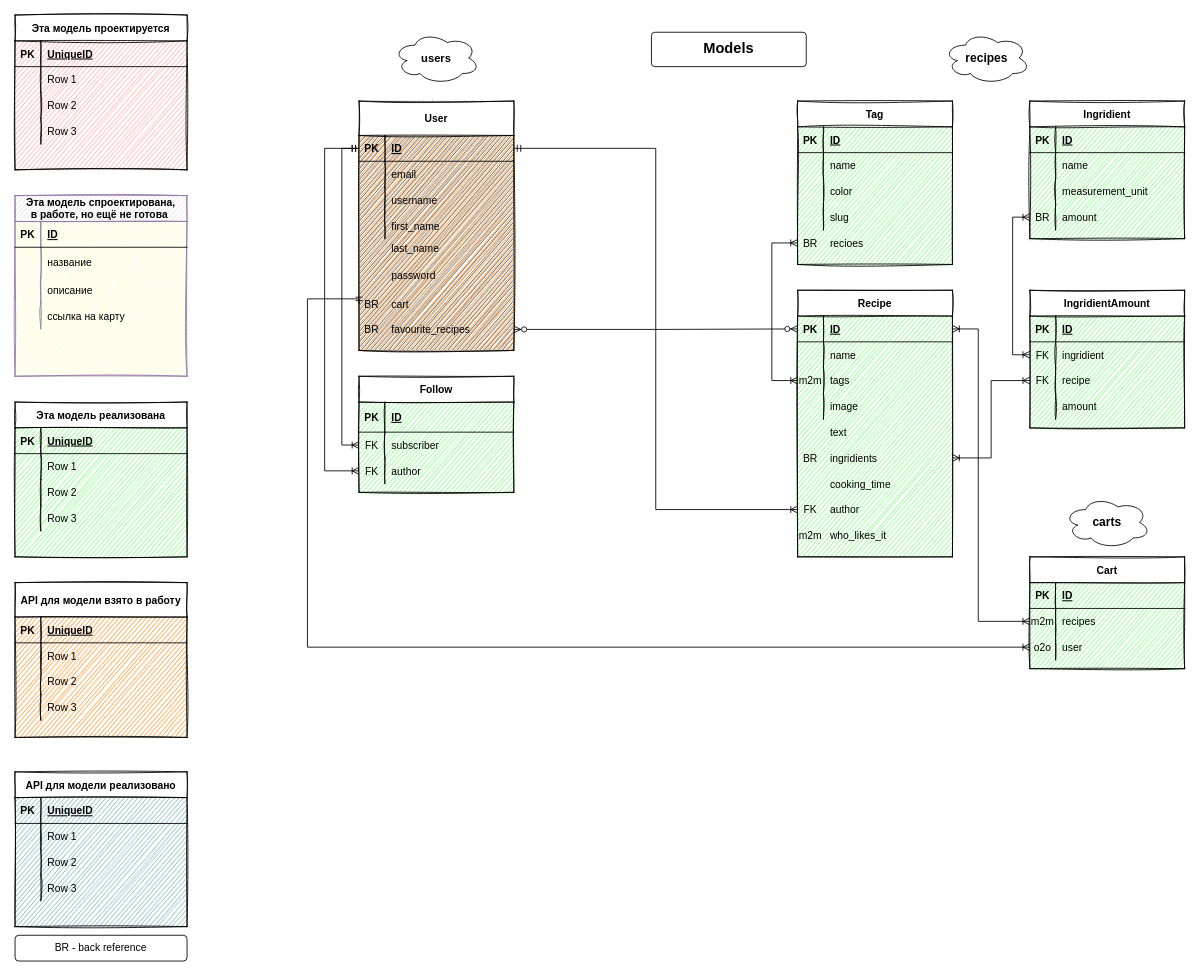
The draw.io diagram backend/db_schema.drawio in evi1ghost/foodgram-project-react, before the edit. Source tidied: cells renumbered, new cells numbered last; positions are measured from the earlier drawing's top-left corner, leaving out a move shared by most shapes. Both pictures are drawn from the tidied source at 86%, with x=0, y=0 at pixel (15, 15).
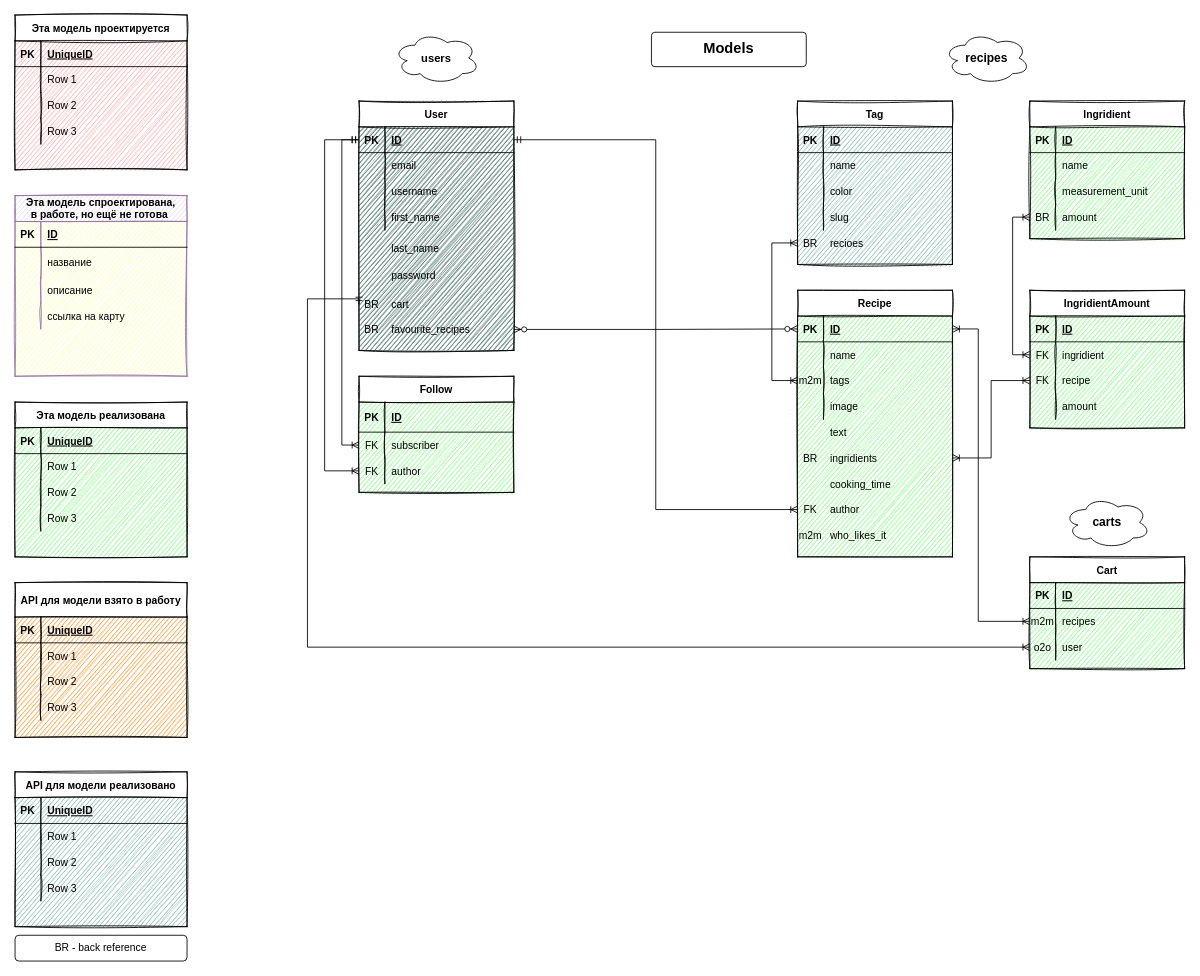
The same diagram, later.

The edit, as a diff of the source:
```diff
@@
-    <mxCell id="2" value="Tag" style="shape=table;startSize=30;childLayout=tableLayout;rowLines=0;fontStyle=1;align=center;rounded=0;swimlaneFillColor=#66FF66;sketch=1;" parent="1" vertex="1">
+    <mxCell id="2" value="Tag" style="shape=table;startSize=30;childLayout=tableLayout;rowLines=0;fontStyle=1;align=center;rounded=0;swimlaneFillColor=#67AB9F;sketch=1;" parent="1" vertex="1">
       <mxGeometry x="910" y="100" width="180" height="190" as="geometry" />
     </mxCell>
@@
-    <mxCell id="28" style="group;rounded=0;fontStyle=1;verticalAlign=middle;strokeColor=#f0f0f0;fillColor=#2a2a2a;swimlaneFillColor=#66FF66;startSize=30;sketch=1;" parent="1" vertex="1">
+    <mxCell id="28" style="group;rounded=0;fontStyle=1;verticalAlign=middle;strokeColor=#f0f0f0;fillColor=#2a2a2a;swimlaneFillColor=#67AB9F;startSize=30;sketch=1;" parent="1" vertex="1">
       <mxGeometry x="400" y="100" width="180" height="290" as="geometry" />
     </mxCell>
-    <mxCell id="29" value="User" style="shape=table;startSize=40;childLayout=tableLayout;rowLines=0;fontStyle=1;align=center;rounded=0;swimlaneFillColor=#FF8000;sketch=1;" parent="28" vertex="1">
+    <mxCell id="29" value="User" style="shape=table;startSize=30;childLayout=tableLayout;rowLines=0;fontStyle=1;align=center;rounded=0;swimlaneFillColor=#67AB9F;sketch=1;" parent="28" vertex="1">
       <mxGeometry width="180" height="290" as="geometry" />
     </mxCell>
     <mxCell id="30" style="shape=partialRectangle;fillColor=none;top=0;left=0;bottom=1;right=0;points=[[0,0.5],[1,0.5]];portConstraint=eastwest;" parent="29" vertex="1">
-      <mxGeometry y="40" width="180" height="30" as="geometry" />
+      <mxGeometry y="30" width="180" height="30" as="geometry" />
     </mxCell>
@@
     <mxCell id="33" style="shape=partialRectangle;fillColor=none;top=0;left=0;bottom=0;right=0;" parent="29" vertex="1">
-      <mxGeometry y="70" width="180" height="30" as="geometry" />
+      <mxGeometry y="60" width="180" height="30" as="geometry" />
     </mxCell>
@@
     <mxCell id="36" style="shape=partialRectangle;fillColor=none;top=0;left=0;bottom=0;right=0;" parent="29" vertex="1">
-      <mxGeometry y="100" width="180" height="30" as="geometry" />
+      <mxGeometry y="90" width="180" height="30" as="geometry" />
     </mxCell>
@@
     <mxCell id="39" style="shape=partialRectangle;fillColor=none;top=0;left=0;bottom=0;right=0;" parent="29" vertex="1">
-      <mxGeometry y="130" width="180" height="30" as="geometry" />
+      <mxGeometry y="120" width="180" height="30" as="geometry" />
     </mxCell>
```
